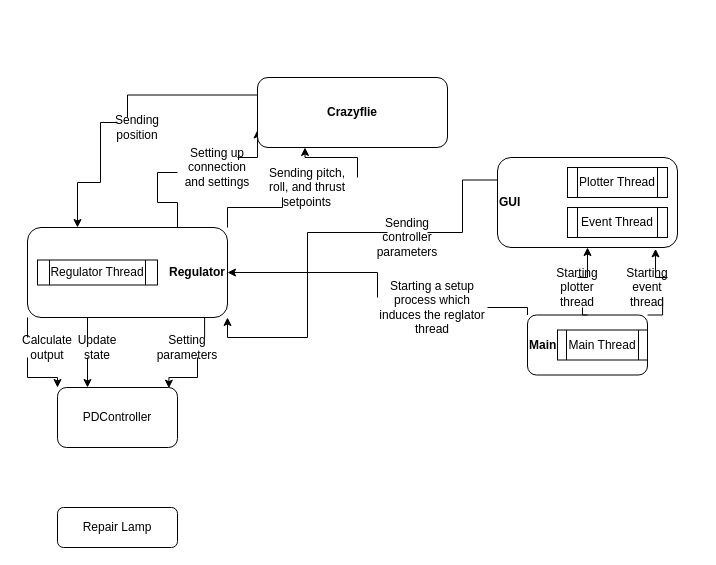
This is Crazyflie_code_structure.drawio from davstrom99/crazyflie-frtn01, a draw.io file, before an edit. Source tidied: cells renumbered, new cells numbered last; positions are measured from the earlier drawing's top-left corner, leaving out a move shared by most shapes. Both pictures are drawn from the tidied source at 100%, with x=0, y=0 at pixel (27, 77).
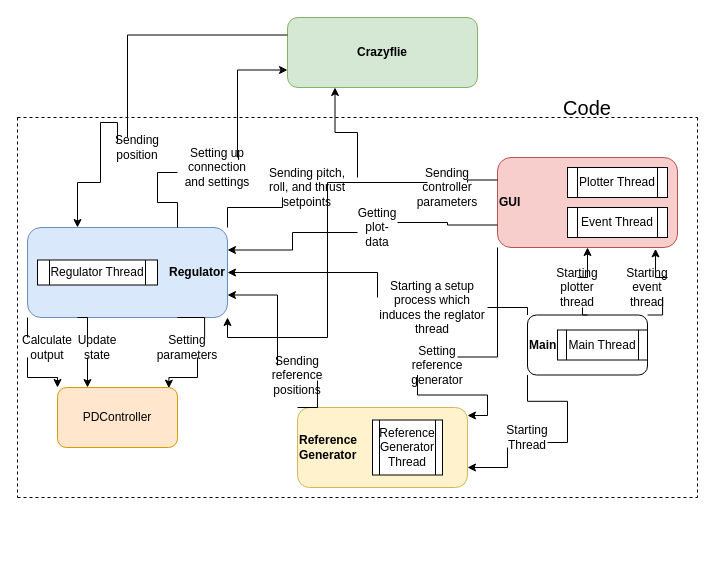
The same page after the edit.

Unchanged cells that the change refers to:
```xml
<mxCell id="27" value="&lt;b&gt;Main&lt;/b&gt;" style="rounded=1;whiteSpace=wrap;html=1;align=left;" parent="1" vertex="1">
  <mxGeometry x="500" y="237.5" width="120" height="60" as="geometry" />
</mxCell>
```

Change to the diagram source:
```diff
@@
+    <mxCell id="42" style="edgeStyle=orthogonalEdgeStyle;rounded=0;jettySize=auto;html=1;exitX=0;exitY=0.75;exitDx=0;exitDy=0;entryX=1;entryY=0.25;entryDx=0;entryDy=0;startArrow=none;" parent="1" edge="1" source="52" target="12">
+      <mxGeometry relative="1" as="geometry" />
+    </mxCell>
+    <mxCell id="43" style="edgeStyle=orthogonalEdgeStyle;rounded=0;jettySize=auto;html=1;exitX=0;exitY=1;exitDx=0;exitDy=0;entryX=1;entryY=0.1;entryDx=0;entryDy=0;entryPerimeter=0;startArrow=none;" parent="1" edge="1" source="54" target="46">
+      <mxGeometry relative="1" as="geometry" />
+    </mxCell>
-    <mxCell id="3" value="&lt;b&gt;&lt;font style=&quot;font-size: 12px&quot;&gt;GUI&lt;/font&gt;&lt;/b&gt;" style="rounded=1;whiteSpace=wrap;html=1;fontSize=12;glass=0;strokeWidth=1;shadow=0;align=left;" parent="1" vertex="1">
+    <mxCell id="3" value="&lt;b&gt;&lt;font style=&quot;font-size: 12px&quot;&gt;GUI&lt;/font&gt;&lt;/b&gt;" style="rounded=1;whiteSpace=wrap;html=1;fontSize=12;glass=0;strokeWidth=1;shadow=0;align=left;fillColor=#f8cecc;strokeColor=#b85450;" parent="1" vertex="1">
       <mxGeometry x="470" y="80" width="180" height="90" as="geometry" />
     </mxCell>
-    <mxCell id="4" value="Repair Lamp" style="rounded=1;whiteSpace=wrap;html=1;fontSize=12;glass=0;strokeWidth=1;shadow=0;" parent="1" vertex="1">
-      <mxGeometry x="30" y="430" width="120" height="40" as="geometry" />
-    </mxCell>
@@
-    <mxCell id="12" value="&lt;b&gt;&lt;font style=&quot;font-size: 12px&quot;&gt;Regulator&lt;/font&gt;&lt;/b&gt;" style="rounded=1;whiteSpace=wrap;html=1;fontSize=12;glass=0;strokeWidth=1;shadow=0;align=right;" parent="1" vertex="1">
+    <mxCell id="12" value="&lt;b&gt;&lt;font style=&quot;font-size: 12px&quot;&gt;Regulator&lt;/font&gt;&lt;/b&gt;" style="rounded=1;whiteSpace=wrap;html=1;fontSize=12;glass=0;strokeWidth=1;shadow=0;align=right;fillColor=#dae8fc;strokeColor=#6c8ebf;" parent="1" vertex="1">
       <mxGeometry y="150" width="200" height="90" as="geometry" />
     </mxCell>
@@
-    <mxCell id="15" value="&lt;b&gt;&lt;font style=&quot;font-size: 12px&quot;&gt;Crazyflie&lt;/font&gt;&lt;/b&gt;" style="rounded=1;whiteSpace=wrap;html=1;fontSize=12;glass=0;strokeWidth=1;shadow=0;align=center;" parent="1" vertex="1">
-      <mxGeometry x="230" width="190" height="70" as="geometry" />
+    <mxCell id="15" value="&lt;b&gt;&lt;font style=&quot;font-size: 12px&quot;&gt;Crazyflie&lt;/font&gt;&lt;/b&gt;" style="rounded=1;whiteSpace=wrap;html=1;fontSize=12;glass=0;strokeWidth=1;shadow=0;align=center;fillColor=#d5e8d4;strokeColor=#82b366;" parent="1" vertex="1">
+      <mxGeometry x="260" y="-60" width="190" height="70" as="geometry" />
     </mxCell>
@@
     <mxCell id="20" value="Sending position" style="text;html=1;strokeColor=none;fillColor=none;align=center;verticalAlign=middle;whiteSpace=wrap;rounded=0;" parent="1" vertex="1">
-      <mxGeometry x="90" y="40" width="40" height="20" as="geometry" />
+      <mxGeometry x="90" y="60" width="40" height="20" as="geometry" />
     </mxCell>
@@
     <mxCell id="22" value="Sending controller parameters" style="text;html=1;strokeColor=none;fillColor=none;align=center;verticalAlign=middle;whiteSpace=wrap;rounded=0;" parent="1" vertex="1">
-      <mxGeometry x="360" y="150" width="40" height="20" as="geometry" />
+      <mxGeometry x="400" y="100" width="40" height="20" as="geometry" />
     </mxCell>
@@
+    <mxCell id="44" style="edgeStyle=orthogonalEdgeStyle;rounded=0;jettySize=auto;html=1;exitX=0;exitY=1;exitDx=0;exitDy=0;entryX=1;entryY=0.75;entryDx=0;entryDy=0;startArrow=none;" parent="1" edge="1" source="48" target="46">
+      <mxGeometry relative="1" as="geometry" />
+    </mxCell>
@@
-    <mxCell id="31" value="PDController" style="rounded=1;whiteSpace=wrap;html=1;" parent="1" vertex="1">
+    <mxCell id="31" value="PDController" style="rounded=1;whiteSpace=wrap;html=1;fillColor=#ffe6cc;strokeColor=#d79b00;" parent="1" vertex="1">
       <mxGeometry x="30" y="310" width="120" height="60" as="geometry" />
     </mxCell>
@@
+    <mxCell id="45" style="edgeStyle=orthogonalEdgeStyle;rounded=0;jettySize=auto;html=1;exitX=0;exitY=0;exitDx=0;exitDy=0;entryX=1;entryY=0.75;entryDx=0;entryDy=0;startArrow=none;" parent="1" edge="1" source="50" target="12">
+      <mxGeometry relative="1" as="geometry" />
+    </mxCell>
+    <mxCell id="46" value="&lt;b&gt;Reference &lt;br&gt;Generator&lt;/b&gt;" style="rounded=1;whiteSpace=wrap;html=1;align=left;fillColor=#fff2cc;strokeColor=#d6b656;" parent="1" vertex="1">
+      <mxGeometry x="270" y="330" width="170" height="80" as="geometry" />
+    </mxCell>
+    <mxCell id="47" value="Reference Generator Thread" style="shape=process;whiteSpace=wrap;html=1;backgroundOutline=1;" parent="1" vertex="1">
+      <mxGeometry x="345" y="342.5" width="70" height="55" as="geometry" />
+    </mxCell>
+    <mxCell id="48" value="Starting Thread" style="text;html=1;strokeColor=none;fillColor=none;align=center;verticalAlign=middle;whiteSpace=wrap;rounded=0;" parent="1" vertex="1">
+      <mxGeometry x="480" y="350" width="40" height="20" as="geometry" />
+    </mxCell>
+    <mxCell id="49" style="edgeStyle=orthogonalEdgeStyle;rounded=0;jettySize=auto;html=1;exitX=0;exitY=1;exitDx=0;exitDy=0;entryX=1;entryY=0.75;entryDx=0;entryDy=0;endArrow=none;" parent="1" edge="1" source="27" target="48">
+      <mxGeometry relative="1" as="geometry" />
+    </mxCell>
+    <mxCell id="50" value="Sending reference positions" style="text;html=1;strokeColor=none;fillColor=none;align=center;verticalAlign=middle;whiteSpace=wrap;rounded=0;" parent="1" vertex="1">
+      <mxGeometry x="250" y="288" width="40" height="20" as="geometry" />
+    </mxCell>
+    <mxCell id="51" style="edgeStyle=orthogonalEdgeStyle;rounded=0;jettySize=auto;html=1;exitX=0;exitY=0;exitDx=0;exitDy=0;entryX=1;entryY=0.75;entryDx=0;entryDy=0;endArrow=none;" parent="1" edge="1" source="46" target="50">
+      <mxGeometry relative="1" as="geometry" />
+    </mxCell>
+    <mxCell id="52" value="Getting plot-data" style="text;html=1;strokeColor=none;fillColor=none;align=center;verticalAlign=middle;whiteSpace=wrap;rounded=0;" parent="1" vertex="1">
+      <mxGeometry x="330" y="140" width="40" height="20" as="geometry" />
+    </mxCell>
+    <mxCell id="53" style="edgeStyle=orthogonalEdgeStyle;rounded=0;jettySize=auto;html=1;exitX=0;exitY=0.75;exitDx=0;exitDy=0;entryX=1;entryY=0.25;entryDx=0;entryDy=0;endArrow=none;" parent="1" edge="1" source="3" target="52">
+      <mxGeometry relative="1" as="geometry" />
+    </mxCell>
+    <mxCell id="54" value="Setting reference generator" style="text;html=1;strokeColor=none;fillColor=none;align=center;verticalAlign=middle;whiteSpace=wrap;rounded=0;" parent="1" vertex="1">
+      <mxGeometry x="390" y="277.5" width="40" height="20" as="geometry" />
+    </mxCell>
+    <mxCell id="55" style="edgeStyle=orthogonalEdgeStyle;rounded=0;jettySize=auto;html=1;exitX=0;exitY=1;exitDx=0;exitDy=0;entryX=1;entryY=0.1;entryDx=0;entryDy=0;entryPerimeter=0;endArrow=none;" parent="1" edge="1" source="3" target="54">
+      <mxGeometry relative="1" as="geometry" />
+    </mxCell>
+    <mxCell id="56" style="endArrow=none;dashed=1;html=1;" parent="1" edge="1">
+      <mxGeometry relative="1" as="geometry">
+        <mxPoint x="-10" y="40" as="sourcePoint" />
+        <mxPoint x="670" y="40" as="targetPoint" />
+      </mxGeometry>
+    </mxCell>
+    <mxCell id="57" style="endArrow=none;dashed=1;html=1;" parent="1" edge="1">
+      <mxGeometry relative="1" as="geometry">
+        <mxPoint x="670" y="40" as="sourcePoint" />
+        <mxPoint x="670" y="420" as="targetPoint" />
+      </mxGeometry>
+    </mxCell>
+    <mxCell id="58" style="endArrow=none;dashed=1;html=1;" parent="1" edge="1">
+      <mxGeometry relative="1" as="geometry">
+        <mxPoint x="-10" y="420" as="sourcePoint" />
+        <mxPoint x="670" y="420" as="targetPoint" />
+      </mxGeometry>
+    </mxCell>
+    <mxCell id="59" style="endArrow=none;dashed=1;html=1;" parent="1" edge="1">
+      <mxGeometry relative="1" as="geometry">
+        <mxPoint x="-10" y="40" as="sourcePoint" />
+        <mxPoint x="-10" y="420" as="targetPoint" />
+      </mxGeometry>
+    </mxCell>
+    <mxCell id="60" value="&lt;font style=&quot;font-size: 20px&quot;&gt;Code&lt;/font&gt;" style="text;html=1;strokeColor=none;fillColor=none;align=center;verticalAlign=middle;whiteSpace=wrap;rounded=0;" parent="1" vertex="1">
+      <mxGeometry x="540" y="20" width="40" height="20" as="geometry" />
+    </mxCell>
```
